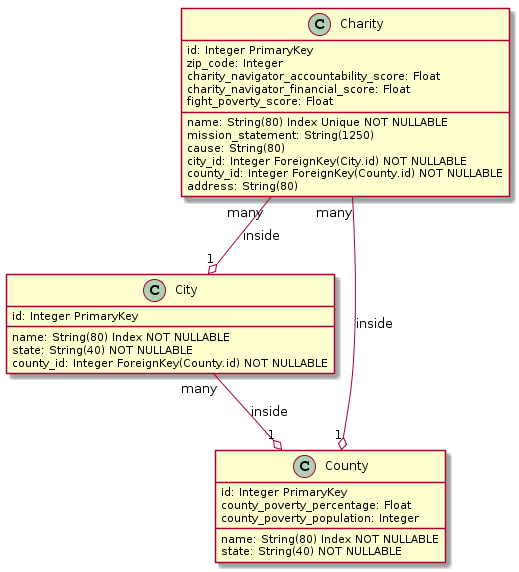
Earlier version of the PlantUML export UML.png (kevinsingh5/FightPoverty).
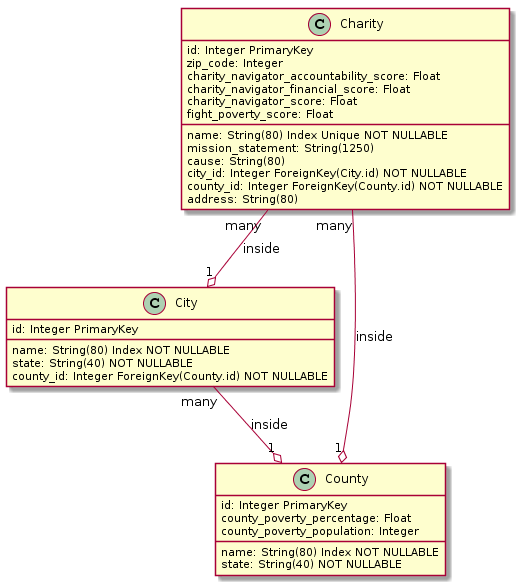
Above is the later version.

Diff of the diagram source:
```diff
@@ -10,6 +10,7 @@
 Charity : address: String(80)
 Charity : charity_navigator_accountability_score: Float
 Charity : charity_navigator_financial_score: Float
+Charity : charity_navigator_score: Float
 Charity : fight_poverty_score: Float
 
 
```
